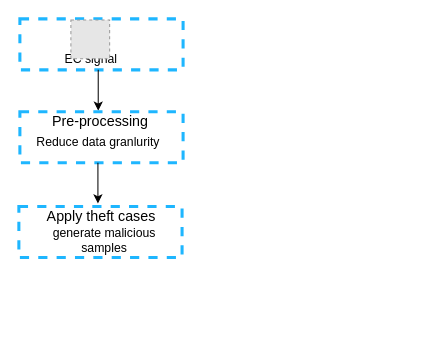
Earlier version of the draw.io diagram j2_systemModel.drawio (Faisalse/j1_smartgrid). Source tidied: cells renumbered, new cells numbered last; positions are measured from the earlier drawing's top-left corner, leaving out a move shared by most shapes. Both pictures are drawn from the tidied source at 102%, with x=0, y=0 at pixel (18, 18). Pictures stored in the file or linked from it are replaced by grey dashed boxes.
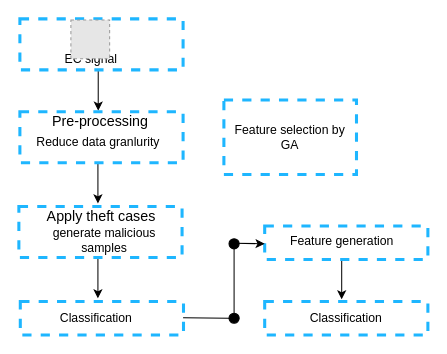
The same diagram, later.

The edit, as a diff of the source:
```diff
@@
+    <mxCell id="5" style="endArrow=classic;html=1;" parent="1" edge="1">
+      <mxGeometry relative="1" as="geometry">
+        <mxPoint x="77.8" y="50" as="sourcePoint" />
+        <mxPoint x="77.8" y="90" as="targetPoint" />
+      </mxGeometry>
+    </mxCell>
+    <mxCell id="10" style="endArrow=classic;html=1;" parent="1" edge="1">
+      <mxGeometry relative="1" as="geometry">
+        <mxPoint x="77.5" y="141" as="sourcePoint" />
+        <mxPoint x="77.5" y="181" as="targetPoint" />
+      </mxGeometry>
+    </mxCell>
+    <mxCell id="13" style="endArrow=classic;html=1;" parent="1" edge="1">
+      <mxGeometry relative="1" as="geometry">
+        <mxPoint x="77.5" y="234" as="sourcePoint" />
+        <mxPoint x="77.5" y="274" as="targetPoint" />
+      </mxGeometry>
+    </mxCell>
+    <mxCell id="14" style="endArrow=classic;html=1;" parent="1" edge="1">
+      <mxGeometry relative="1" as="geometry">
+        <mxPoint x="316.5" y="235" as="sourcePoint" />
+        <mxPoint x="316.5" y="275" as="targetPoint" />
+      </mxGeometry>
+    </mxCell>
@@
-    <mxCell id="5" style="endArrow=classic;html=1;" parent="1" edge="1">
-      <mxGeometry relative="1" as="geometry">
-        <mxPoint x="77.8" y="50" as="sourcePoint" />
-        <mxPoint x="77.8" y="90" as="targetPoint" />
-      </mxGeometry>
-    </mxCell>
@@
-    <mxCell id="10" style="endArrow=classic;html=1;" parent="1" edge="1">
-      <mxGeometry relative="1" as="geometry">
-        <mxPoint x="77.5" y="141" as="sourcePoint" />
-        <mxPoint x="77.5" y="181" as="targetPoint" />
-      </mxGeometry>
-    </mxCell>
@@
+    <mxCell id="15" style="rounded=0;whiteSpace=wrap;html=1;dashed=1;strokeWidth=3;fillColor=none;strokeColor=#1EB6FF;" parent="1" vertex="1">
+      <mxGeometry x="1.4" y="277" width="160" height="33" as="geometry" />
+    </mxCell>
+    <mxCell id="16" value="Classification" style="text;html=1;strokeColor=none;fillColor=none;align=center;verticalAlign=middle;whiteSpace=wrap;rounded=0;dashed=1;" parent="1" vertex="1">
+      <mxGeometry x="36" y="283.5" width="80" height="20" as="geometry" />
+    </mxCell>
+    <mxCell id="17" style="rounded=0;whiteSpace=wrap;html=1;dashed=1;strokeWidth=3;fillColor=none;strokeColor=#1EB6FF;" parent="1" vertex="1">
+      <mxGeometry x="241" y="277" width="160" height="33" as="geometry" />
+    </mxCell>
+    <mxCell id="18" style="rounded=0;whiteSpace=wrap;html=1;dashed=1;strokeWidth=3;fillColor=none;strokeColor=#1EB6FF;" parent="1" vertex="1">
+      <mxGeometry x="241" y="203" width="160" height="33" as="geometry" />
+    </mxCell>
+    <mxCell id="19" value="Classification" style="text;html=1;strokeColor=none;fillColor=none;align=center;verticalAlign=middle;whiteSpace=wrap;rounded=0;dashed=1;" parent="1" vertex="1">
+      <mxGeometry x="281" y="283.5" width="80" height="20" as="geometry" />
+    </mxCell>
+    <mxCell id="20" value="Feature generation" style="text;html=1;strokeColor=none;fillColor=none;align=center;verticalAlign=middle;whiteSpace=wrap;rounded=0;dashed=1;" parent="1" vertex="1">
+      <mxGeometry x="262" y="207.5" width="110" height="20" as="geometry" />
+    </mxCell>
+    <mxCell id="21" style="endArrow=none;html=1;exitX=0.998;exitY=0.394;exitDx=0;exitDy=0;exitPerimeter=0;startArrow=none;" parent="1" edge="1" source="23">
+      <mxGeometry relative="1" as="geometry">
+        <mxPoint x="211" y="292" as="targetPoint" />
+      </mxGeometry>
+    </mxCell>
+    <mxCell id="22" style="endArrow=none;html=1;" parent="1" edge="1">
+      <mxGeometry relative="1" as="geometry">
+        <mxPoint x="211" y="293" as="sourcePoint" />
+        <mxPoint x="211" y="219" as="targetPoint" />
+      </mxGeometry>
+    </mxCell>
+    <mxCell id="23" style="ellipse;whiteSpace=wrap;html=1;strokeWidth=1;fillColor=#000000;" parent="1" vertex="1">
+      <mxGeometry x="206" y="288.5" width="10" height="10" as="geometry" />
+    </mxCell>
+    <mxCell id="24" style="endArrow=none;html=1;" parent="1" edge="1" target="23">
+      <mxGeometry relative="1" as="geometry">
+        <mxPoint x="161" y="293" as="sourcePoint" />
+      </mxGeometry>
+    </mxCell>
+    <mxCell id="25" style="endArrow=classic;html=1;endFill=1;" parent="1" edge="1">
+      <mxGeometry relative="1" as="geometry">
+        <mxPoint x="211" y="220" as="sourcePoint" />
+        <mxPoint x="241" y="220.5" as="targetPoint" />
+      </mxGeometry>
+    </mxCell>
+    <mxCell id="26" style="ellipse;whiteSpace=wrap;html=1;strokeWidth=1;fillColor=#000000;" parent="1" vertex="1">
+      <mxGeometry x="206" y="215.5" width="10" height="10" as="geometry" />
+    </mxCell>
+    <mxCell id="27" value="Feature selection by GA" style="rounded=0;whiteSpace=wrap;html=1;dashed=1;strokeWidth=3;fillColor=none;strokeColor=#1EB6FF;" parent="1" vertex="1">
+      <mxGeometry x="201" y="79.5" width="130" height="73" as="geometry" />
+    </mxCell>
```
